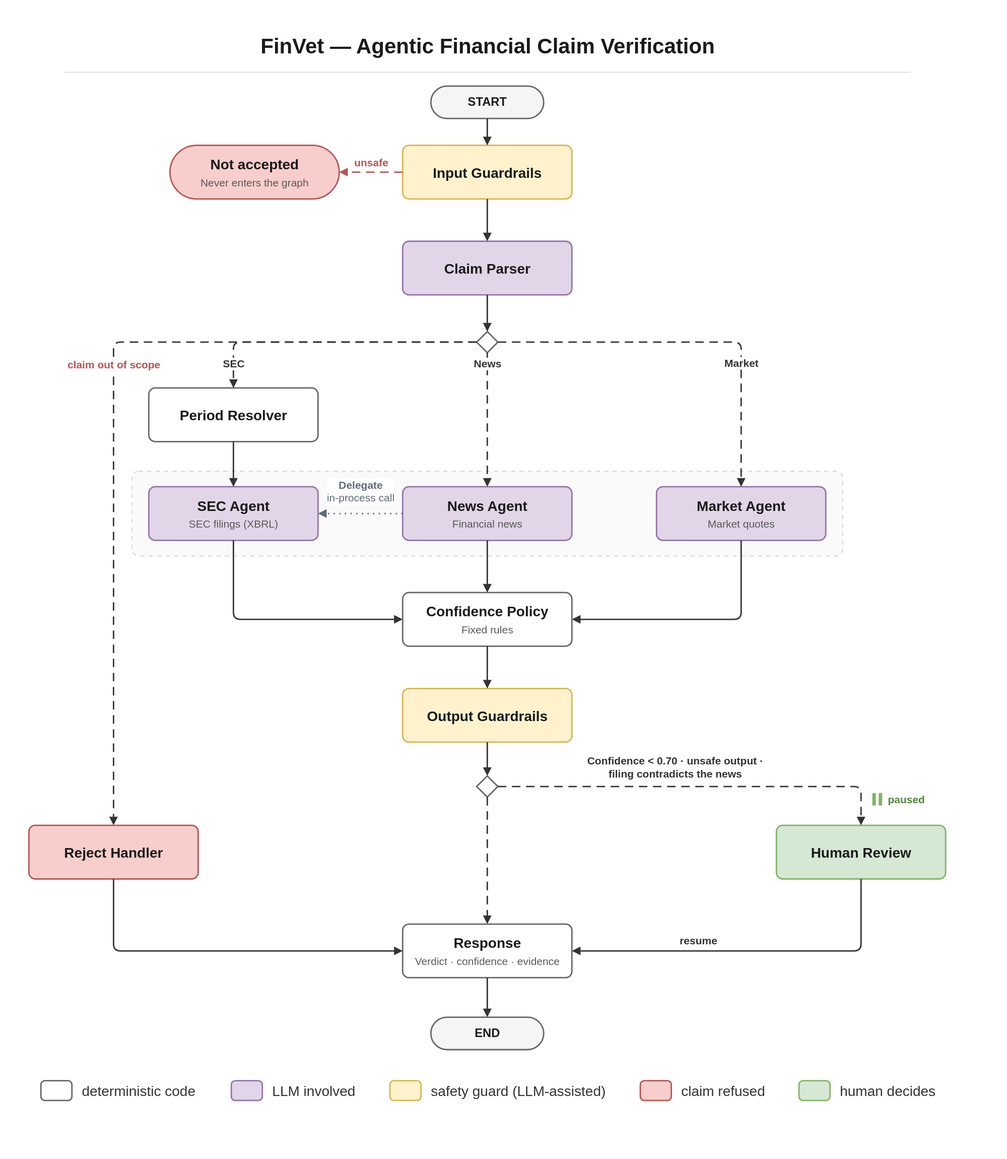
Earlier version of the draw.io export docs/diagrams/finvet-linkedin.svg (danielberhane/finvet). Source tidied: cells renumbered, new cells last; positions are measured from the earlier drawing's top-left corner, leaving out a move shared by most shapes.
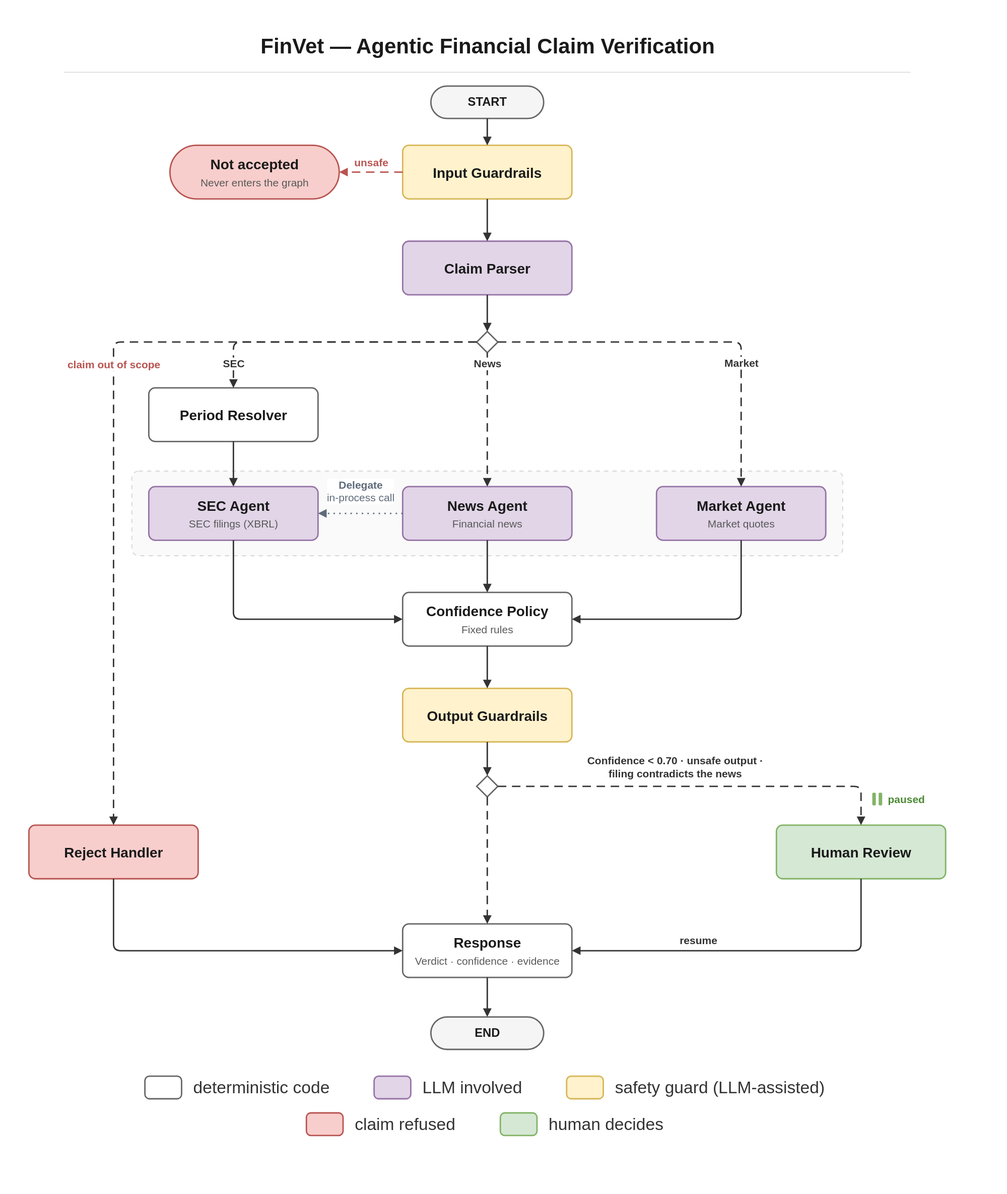
Later version of the same file.

Commit message:
docs(diagram): legend at 24 px in two centred rows

At 20 px on one row the legend was still hard to read at README width.

Change to the diagram source:
```diff
@@ -152,34 +152,34 @@
       <mxGeometry relative="1" as="geometry" />
     </mxCell>
     <mxCell id="44" style="rounded=1;arcSize=20;html=1;fillColor=#FFFFFF;strokeColor=#666666;strokeWidth=2;" parent="1" vertex="1">
-      <mxGeometry x="17" y="1492" width="44" height="28" as="geometry" />
+      <mxGeometry x="164.5" y="1486" width="52" height="32" as="geometry" />
     </mxCell>
-    <mxCell id="45" value="deterministic code" style="text;html=1;align=left;verticalAlign=middle;fontFamily=Helvetica;fontSize=20;fontColor=#333333;" parent="1" vertex="1">
-      <mxGeometry x="73" y="1490" width="170" height="32" as="geometry" />
+    <mxCell id="45" value="deterministic code" style="text;html=1;align=left;verticalAlign=middle;fontFamily=Helvetica;fontSize=24;fontColor=#333333;" parent="1" vertex="1">
+      <mxGeometry x="230.5" y="1484" width="203" height="36" as="geometry" />
     </mxCell>
     <mxCell id="46" style="rounded=1;arcSize=20;html=1;fillColor=#E1D5E7;strokeColor=#9673A6;strokeWidth=2;" parent="1" vertex="1">
-      <mxGeometry x="287" y="1492" width="44" height="28" as="geometry" />
+      <mxGeometry x="489.5" y="1486" width="52" height="32" as="geometry" />
     </mxCell>
-    <mxCell id="47" value="LLM involved" style="text;html=1;align=left;verticalAlign=middle;fontFamily=Helvetica;fontSize=20;fontColor=#333333;" parent="1" vertex="1">
-      <mxGeometry x="343" y="1490" width="125" height="32" as="geometry" />
+    <mxCell id="47" value="LLM involved" style="text;html=1;align=left;verticalAlign=middle;fontFamily=Helvetica;fontSize=24;fontColor=#333333;" parent="1" vertex="1">
+      <mxGeometry x="555.5" y="1484" width="151" height="36" as="geometry" />
     </mxCell>
     <mxCell id="48" style="rounded=1;arcSize=20;html=1;fillColor=#FFF2CC;strokeColor=#D6B656;strokeWidth=2;" parent="1" vertex="1">
-      <mxGeometry x="512" y="1492" width="44" height="28" as="geometry" />
+      <mxGeometry x="762.5" y="1486" width="52" height="32" as="geometry" />
     </mxCell>
-    <mxCell id="49" value="safety guard (LLM-assisted)" style="text;html=1;align=left;verticalAlign=middle;fontFamily=Helvetica;fontSize=20;fontColor=#333333;" parent="1" vertex="1">
-      <mxGeometry x="568" y="1490" width="255" height="32" as="geometry" />
+    <mxCell id="49" value="safety guard (LLM-assisted)" style="text;html=1;align=left;verticalAlign=middle;fontFamily=Helvetica;fontSize=24;fontColor=#333333;" parent="1" vertex="1">
+      <mxGeometry x="828.5" y="1484" width="307" height="36" as="geometry" />
     </mxCell>
     <mxCell id="50" style="rounded=1;arcSize=20;html=1;fillColor=#F8CECC;strokeColor=#B85450;strokeWidth=2;" parent="1" vertex="1">
-      <mxGeometry x="867" y="1492" width="44" height="28" as="geometry" />
+      <mxGeometry x="393.5" y="1538" width="52" height="32" as="geometry" />
     </mxCell>
-    <mxCell id="51" value="claim refused" style="text;html=1;align=left;verticalAlign=middle;fontFamily=Helvetica;fontSize=20;fontColor=#333333;" parent="1" vertex="1">
-      <mxGeometry x="923" y="1490" width="125" height="32" as="geometry" />
+    <mxCell id="51" value="claim refused" style="text;html=1;align=left;verticalAlign=middle;fontFamily=Helvetica;fontSize=24;fontColor=#333333;" parent="1" vertex="1">
+      <mxGeometry x="459.5" y="1536" width="153" height="36" as="geometry" />
     </mxCell>
     <mxCell id="52" style="rounded=1;arcSize=20;html=1;fillColor=#D5E8D4;strokeColor=#82B366;strokeWidth=2;" parent="1" vertex="1">
-      <mxGeometry x="1092" y="1492" width="44" height="28" as="geometry" />
+      <mxGeometry x="668.5" y="1538" width="52" height="32" as="geometry" />
     </mxCell>
-    <mxCell id="53" value="human decides" style="text;html=1;align=left;verticalAlign=middle;fontFamily=Helvetica;fontSize=20;fontColor=#333333;" parent="1" vertex="1">
-      <mxGeometry x="1148" y="1490" width="135" height="32" as="geometry" />
+    <mxCell id="53" value="human decides" style="text;html=1;align=left;verticalAlign=middle;fontFamily=Helvetica;fontSize=24;fontColor=#333333;" parent="1" vertex="1">
+      <mxGeometry x="734.5" y="1536" width="172" height="36" as="geometry" />
     </mxCell>
   </root>
 </mxGraphModel>
```
